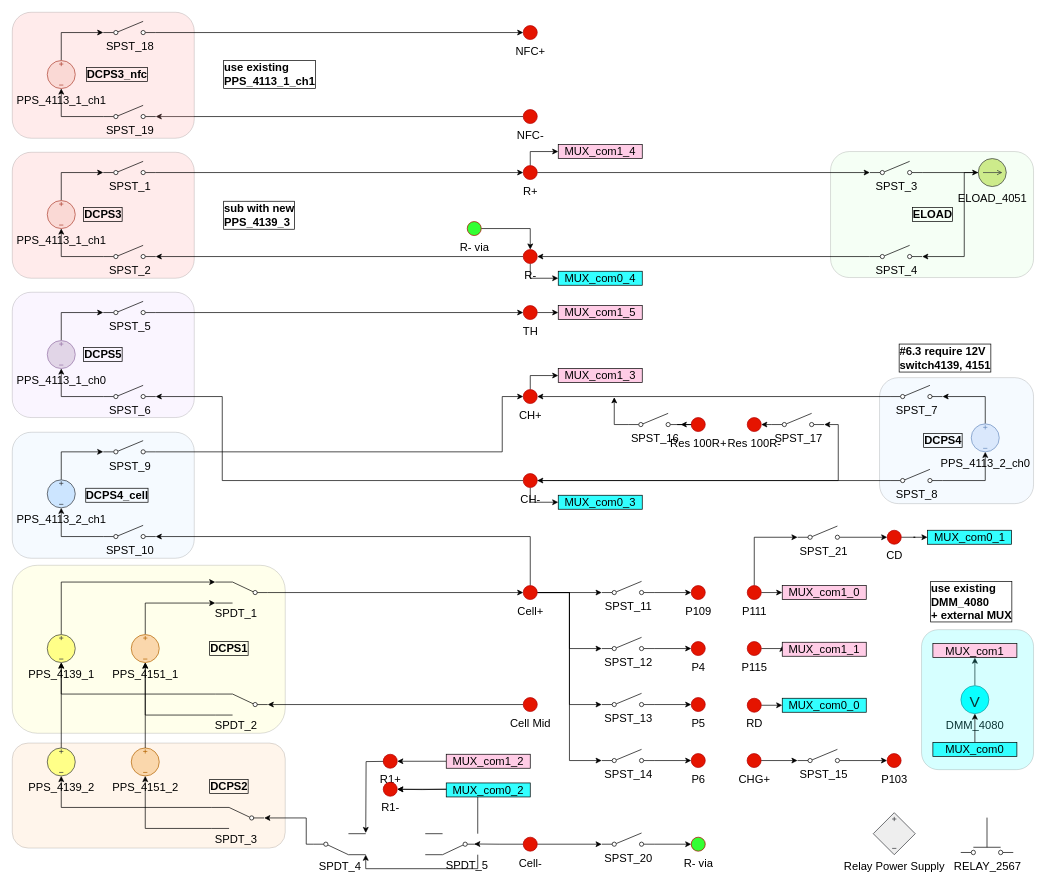
This is BMS_device_B.drawio from ktlim-xy/draw-io, a draw.io file, before an edit. Source tidied: cells renumbered, new cells numbered last; positions are measured from the earlier drawing's top-left corner, leaving out a move shared by most shapes. Both pictures are drawn from the tidied source at 70%, with x=0, y=0 at pixel (12, 12).
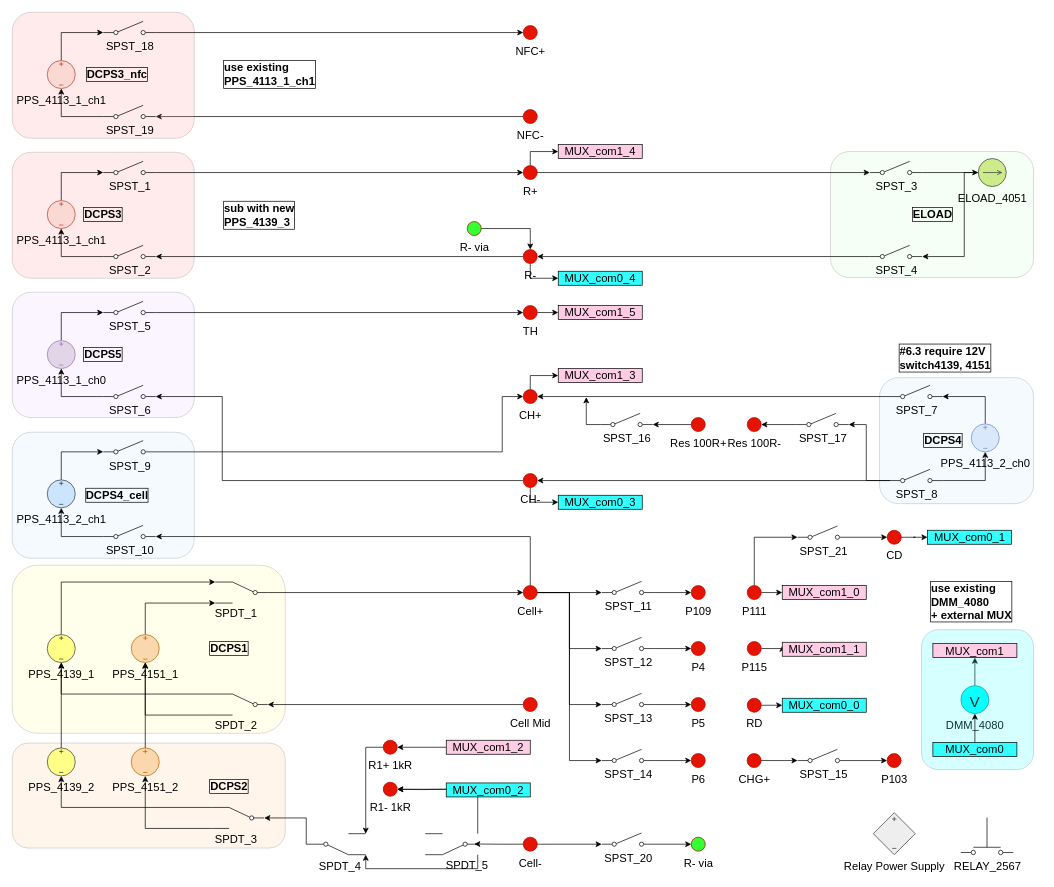
The same diagram, later.

Unchanged cells that the change refers to:
```xml
<mxCell id="38" value="CH-" style="verticalLabelPosition=bottom;shadow=0;dashed=0;align=center;html=1;verticalAlign=top;strokeWidth=1;shape=ellipse;perimeter=ellipsePerimeter;fillColor=#e51400;fontColor=light-dark(#000000,#FF0000);strokeColor=#B20000;fontSize=16;" parent="1" vertex="1">
  <mxGeometry x="730" y="659" width="20" height="20" as="geometry" />
</mxCell>
<mxCell id="45" value="SPST_8" style="html=1;shape=mxgraph.electrical.electro-mechanical.singleSwitch;elSwitchState=off;verticalAlign=top;labelPosition=center;verticalLabelPosition=bottom;align=center;fontSize=16;" parent="1" vertex="1">
  <mxGeometry x="1254" y="653" width="75" height="20" as="geometry" />
</mxCell>
<mxCell id="116" value="SPDT_4" style="verticalLabelPosition=bottom;shadow=0;dashed=0;align=center;html=1;verticalAlign=top;shape=mxgraph.electrical.electro-mechanical.twoWayContact2;elSwitchState=2;rotation=0;fontSize=16;" parent="1" vertex="1">
  <mxGeometry x="430" y="1173.5" width="75" height="30" as="geometry" />
</mxCell>
```

Change to the diagram source:
```diff
@@
-    <mxCell id="36" style="edgeStyle=orthogonalEdgeStyle;rounded=0;jettySize=auto;html=1;exitX=1;exitY=0.5;exitDx=0;exitDy=0;entryX=1;entryY=0.8;entryDx=0;entryDy=0;fontSize=16;" parent="1" edge="1" source="38" target="127">
-      <mxGeometry relative="1" as="geometry">
-        <Array as="points">
-          <mxPoint x="1180" y="669" />
-          <mxPoint x="1180" y="589" />
-        </Array>
-      </mxGeometry>
-    </mxCell>
@@
+    <mxCell id="177" style="edgeStyle=orthogonalEdgeStyle;rounded=0;jettySize=auto;html=1;exitX=0;exitY=0.8;exitDx=0;exitDy=0;entryX=1;entryY=0.8;entryDx=0;entryDy=0;" parent="1" edge="1" source="45" target="127">
+      <mxGeometry relative="1" as="geometry">
+        <Array as="points">
+          <mxPoint x="1220" y="669" />
+          <mxPoint x="1220" y="589" />
+        </Array>
+      </mxGeometry>
+    </mxCell>
@@
-    <mxCell id="110" style="edgeStyle=orthogonalEdgeStyle;rounded=0;orthogonalLoop=1;jettySize=auto;html=1;entryX=1;entryY=0;entryDx=0;entryDy=0;fontSize=16;" parent="1" edge="1">
-      <mxGeometry relative="1" as="geometry">
-        <mxPoint x="545" y="1070" as="sourcePoint" />
-        <mxPoint x="505" y="1172.5" as="targetPoint" />
-      </mxGeometry>
-    </mxCell>
+    <mxCell id="178" style="edgeStyle=orthogonalEdgeStyle;rounded=0;jettySize=auto;html=1;exitX=0;exitY=0.5;exitDx=0;exitDy=0;entryX=1;entryY=0;entryDx=0;entryDy=0;" parent="1" edge="1" source="111" target="116">
+      <mxGeometry relative="1" as="geometry" />
+    </mxCell>
-    <mxCell id="111" value="R1+" style="verticalLabelPosition=bottom;shadow=0;dashed=0;align=center;html=1;verticalAlign=top;strokeWidth=1;shape=ellipse;perimeter=ellipsePerimeter;fillColor=#e51400;fontColor=light-dark(#000000,#FF0000);strokeColor=#B20000;fontSize=16;" parent="1" vertex="1">
-      <mxGeometry x="530" y="1060" width="20" height="20" as="geometry" />
+    <mxCell id="111" value="R1+ 1kR" style="verticalLabelPosition=bottom;shadow=0;dashed=0;align=center;html=1;verticalAlign=top;strokeWidth=1;shape=ellipse;perimeter=ellipsePerimeter;fillColor=#e51400;fontColor=light-dark(#000000,#FF0000);strokeColor=#B20000;fontSize=16;" parent="1" vertex="1">
+      <mxGeometry x="530" y="1040" width="20" height="20" as="geometry" />
     </mxCell>
-    <mxCell id="112" value="R1-" style="verticalLabelPosition=bottom;shadow=0;dashed=0;align=center;html=1;verticalAlign=top;strokeWidth=1;shape=ellipse;perimeter=ellipsePerimeter;fillColor=#e51400;fontColor=light-dark(#000000,#FF0000);strokeColor=#B20000;fontSize=16;" parent="1" vertex="1">
+    <mxCell id="112" value="R1- 1kR" style="verticalLabelPosition=bottom;shadow=0;dashed=0;align=center;html=1;verticalAlign=top;strokeWidth=1;shape=ellipse;perimeter=ellipsePerimeter;fillColor=#e51400;fontColor=light-dark(#000000,#FF0000);strokeColor=#B20000;fontSize=16;" parent="1" vertex="1">
       <mxGeometry x="530" y="1100" width="20" height="20" as="geometry" />
     </mxCell>
@@
-    <mxCell id="121" style="edgeStyle=orthogonalEdgeStyle;rounded=0;jettySize=auto;html=1;exitX=0;exitY=0.8;exitDx=0;exitDy=0;fontSize=16;" parent="1" edge="1" source="122">
-      <mxGeometry relative="1" as="geometry">
-        <mxPoint x="860" y="550" as="targetPoint" />
-      </mxGeometry>
-    </mxCell>
+    <mxCell id="179" style="edgeStyle=orthogonalEdgeStyle;rounded=0;jettySize=auto;html=1;exitX=0;exitY=0.8;exitDx=0;exitDy=0;" parent="1" edge="1" source="122">
+      <mxGeometry relative="1" as="geometry">
+        <mxPoint x="820" y="550" as="targetPoint" />
+      </mxGeometry>
+    </mxCell>
     <mxCell id="122" value="SPST_16" style="html=1;shape=mxgraph.electrical.electro-mechanical.singleSwitch;elSwitchState=off;labelPosition=center;verticalLabelPosition=bottom;align=center;verticalAlign=top;fontSize=16;" parent="1" vertex="1">
-      <mxGeometry x="880" y="573" width="75" height="20" as="geometry" />
+      <mxGeometry x="840" y="573" width="75" height="20" as="geometry" />
     </mxCell>
@@
     <mxCell id="127" value="SPST_17" style="html=1;shape=mxgraph.electrical.electro-mechanical.singleSwitch;elSwitchState=off;labelPosition=center;verticalLabelPosition=bottom;align=center;verticalAlign=top;fontSize=16;" parent="1" vertex="1">
-      <mxGeometry x="1085" y="573" width="75" height="20" as="geometry" />
+      <mxGeometry x="1120" y="573" width="75" height="20" as="geometry" />
     </mxCell>
@@
     <mxCell id="143" value="MUX_com1_2" style="rounded=0;whiteSpace=wrap;html=1;fillColor=#FFCCE6;fontSize=16;" parent="1" vertex="1">
-      <mxGeometry x="620" y="1060" width="120" height="20" as="geometry" />
+      <mxGeometry x="620" y="1040" width="120" height="20" as="geometry" />
     </mxCell>
```
